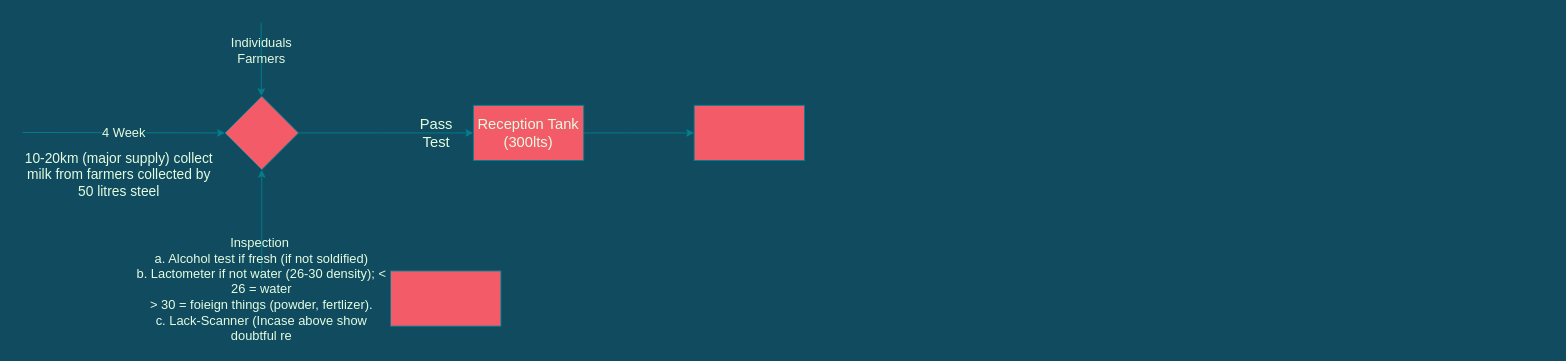
This is Untitled Diagram.drawio from johnlee47/Abyss, a draw.io file, before an edit. Source tidied: cells renumbered, new cells numbered last; positions are measured from the earlier drawing's top-left corner, leaving out a move shared by most shapes. Both pictures are drawn from the tidied source at 92%, with x=0, y=0 at pixel (22, 22).
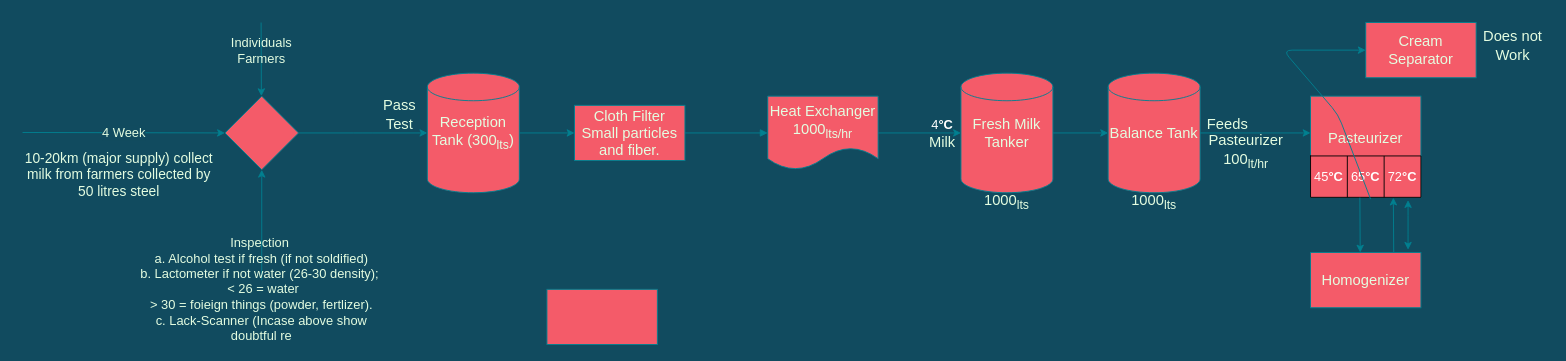
Above is the later version.

Diff of the diagram source:
```diff
@@
-    <mxCell id="2" style="edgeStyle=orthogonalEdgeStyle;curved=0;rounded=1;sketch=0;jettySize=auto;html=1;strokeColor=#028090;fillColor=#F45B69;fontSize=16;fontColor=#E4FDE1;" parent="1" edge="1" source="3">
+    <mxCell id="2" style="edgeStyle=orthogonalEdgeStyle;curved=0;rounded=1;sketch=0;jettySize=auto;html=1;strokeColor=#028090;fillColor=#F45B69;fontSize=16;fontColor=#E4FDE1;labelPosition=center;verticalLabelPosition=middle;align=center;verticalAlign=middle;" parent="1" edge="1" source="3">
       <mxGeometry relative="1" as="geometry">
-        <mxPoint x="490" y="120" as="targetPoint" />
+        <mxPoint x="440" y="120" as="targetPoint" />
       </mxGeometry>
     </mxCell>
-    <mxCell id="3" style="rhombus;whiteSpace=wrap;html=1;fillColor=#F45B69;strokeColor=#028090;fontColor=#E4FDE1;" parent="1" vertex="1">
+    <mxCell id="3" style="rhombus;whiteSpace=wrap;html=1;fillColor=#F45B69;strokeColor=#028090;fontColor=#E4FDE1;labelPosition=center;verticalLabelPosition=middle;align=center;verticalAlign=middle;" parent="1" vertex="1">
       <mxGeometry x="220" y="80" width="80" height="80" as="geometry" />
     </mxCell>
-    <mxCell id="4" style="endArrow=classic;html=1;labelBackgroundColor=#114B5F;strokeColor=#028090;fontColor=#E4FDE1;entryX=0;entryY=0.5;entryDx=0;entryDy=0;" parent="1" edge="1" target="3">
+    <mxCell id="4" style="endArrow=classic;html=1;labelBackgroundColor=#114B5F;strokeColor=#028090;fontColor=#E4FDE1;entryX=0;entryY=0.5;entryDx=0;entryDy=0;labelPosition=center;verticalLabelPosition=middle;align=center;verticalAlign=middle;" parent="1" edge="1" target="3">
       <mxGeometry relative="1" as="geometry">
         <mxPoint y="119.5" as="sourcePoint" />
       </mxGeometry>
     </mxCell>
-    <mxCell id="5" value="4 Week" style="edgeLabel;html=1;align=center;verticalAlign=middle;labelBackgroundColor=#114B5F;fontColor=#E4FDE1;fontSize=14;" parent="4" vertex="1">
+    <mxCell id="5" value="4 Week" style="edgeLabel;html=1;align=center;verticalAlign=middle;labelBackgroundColor=#114B5F;fontColor=#E4FDE1;fontSize=14;labelPosition=center;verticalLabelPosition=middle;" parent="4" vertex="1">
       <mxGeometry relative="1" as="geometry" />
     </mxCell>
-    <mxCell id="6" value="10-20km (major supply) collect milk from farmers collected by 50 litres steel" style="text;html=1;strokeColor=none;fillColor=none;align=center;verticalAlign=middle;whiteSpace=wrap;rounded=0;fontColor=#E4FDE1;fontSize=15;" parent="1" vertex="1">
+    <mxCell id="6" value="10-20km (major supply) collect milk from farmers collected by 50 litres steel" style="text;html=1;strokeColor=none;fillColor=none;align=center;verticalAlign=middle;whiteSpace=wrap;rounded=0;fontColor=#E4FDE1;fontSize=15;labelPosition=center;verticalLabelPosition=middle;" parent="1" vertex="1">
       <mxGeometry y="160" width="210" height="10" as="geometry" />
     </mxCell>
-    <mxCell id="7" style="endArrow=classic;html=1;strokeColor=#028090;fillColor=#F45B69;fontSize=14;fontColor=#E4FDE1;" parent="1" edge="1">
+    <mxCell id="7" style="endArrow=classic;html=1;strokeColor=#028090;fillColor=#F45B69;fontSize=14;fontColor=#E4FDE1;labelPosition=center;verticalLabelPosition=middle;align=center;verticalAlign=middle;" parent="1" edge="1">
       <mxGeometry relative="1" as="geometry">
         <mxPoint x="259.3" as="sourcePoint" />
         <mxPoint x="259.6" y="80" as="targetPoint" />
       </mxGeometry>
     </mxCell>
-    <mxCell id="8" value="Individuals Farmers" style="text;html=1;strokeColor=none;fillColor=none;align=center;verticalAlign=middle;whiteSpace=wrap;rounded=0;sketch=0;fontSize=14;fontColor=#E4FDE1;" parent="1" vertex="1">
+    <mxCell id="8" value="Individuals Farmers" style="text;html=1;strokeColor=none;fillColor=none;align=center;verticalAlign=middle;whiteSpace=wrap;rounded=0;sketch=0;fontSize=14;fontColor=#E4FDE1;labelPosition=center;verticalLabelPosition=middle;" parent="1" vertex="1">
       <mxGeometry x="240" y="20" width="40" height="20" as="geometry" />
     </mxCell>
-    <mxCell id="9" style="edgeStyle=orthogonalEdgeStyle;curved=0;rounded=1;sketch=0;jettySize=auto;html=1;entryX=0.5;entryY=1;entryDx=0;entryDy=0;strokeColor=#028090;fillColor=#F45B69;fontSize=16;fontColor=#E4FDE1;" parent="1" edge="1" source="10" target="3">
+    <mxCell id="9" style="edgeStyle=orthogonalEdgeStyle;curved=0;rounded=1;sketch=0;jettySize=auto;html=1;entryX=0.5;entryY=1;entryDx=0;entryDy=0;strokeColor=#028090;fillColor=#F45B69;fontSize=16;fontColor=#E4FDE1;labelPosition=center;verticalLabelPosition=middle;align=center;verticalAlign=middle;" parent="1" edge="1" source="10" target="3">
       <mxGeometry relative="1" as="geometry" />
     </mxCell>
-    <mxCell id="10" value="Inspection&amp;nbsp;&lt;br&gt;a. Alcohol test if fresh (if not soldified)&lt;br&gt;b. Lactometer if not water (26-30 density); &amp;lt; 26 = water&lt;br&gt;&amp;gt; 30 = foieign things (powder, fertlizer).&lt;br&gt;c. Lack-Scanner (Incase above show doubtful re" style="text;html=1;strokeColor=none;fillColor=none;align=center;verticalAlign=middle;whiteSpace=wrap;rounded=0;sketch=0;fontSize=14;fontColor=#E4FDE1;" parent="1" vertex="1">
+    <mxCell id="10" value="Inspection&amp;nbsp;&lt;br&gt;a. Alcohol test if fresh (if not soldified)&lt;br&gt;b. Lactometer if not water (26-30 density);&amp;nbsp; &amp;nbsp;&amp;lt; 26 = water &lt;br&gt;&amp;gt; 30 = foieign things (powder, fertlizer).&lt;br&gt;c. Lack-Scanner (Incase above show doubtful re" style="text;html=1;strokeColor=none;fillColor=none;align=center;verticalAlign=middle;whiteSpace=wrap;rounded=0;sketch=0;fontSize=14;fontColor=#E4FDE1;labelPosition=center;verticalLabelPosition=middle;" parent="1" vertex="1">
       <mxGeometry x="120" y="280" width="280" height="20" as="geometry" />
     </mxCell>
-    <mxCell id="11" value="Pass Test" style="text;html=1;strokeColor=none;fillColor=none;align=center;verticalAlign=middle;whiteSpace=wrap;rounded=0;sketch=0;fontSize=16;fontColor=#E4FDE1;" parent="1" vertex="1">
-      <mxGeometry x="430" y="110" width="40" height="20" as="geometry" />
+    <mxCell id="11" value="Pass Test" style="text;html=1;strokeColor=none;fillColor=none;align=center;verticalAlign=middle;whiteSpace=wrap;rounded=0;sketch=0;fontSize=16;fontColor=#E4FDE1;labelPosition=center;verticalLabelPosition=middle;" parent="1" vertex="1">
+      <mxGeometry x="390" y="90" width="40" height="20" as="geometry" />
     </mxCell>
-    <mxCell id="12" style="edgeStyle=orthogonalEdgeStyle;curved=0;rounded=1;sketch=0;jettySize=auto;html=1;strokeColor=#028090;fillColor=#F45B69;fontSize=16;fontColor=#E4FDE1;" parent="1" edge="1" source="13">
-      <mxGeometry relative="1" as="geometry">
-        <mxPoint x="730" y="120" as="targetPoint" />
-      </mxGeometry>
+    <mxCell id="12" style="edgeStyle=orthogonalEdgeStyle;curved=0;rounded=1;sketch=0;jettySize=auto;html=1;strokeColor=#028090;fillColor=#F45B69;fontSize=16;fontColor=#E4FDE1;entryX=0;entryY=0.5;entryDx=0;entryDy=0;labelPosition=center;verticalLabelPosition=middle;align=center;verticalAlign=middle;" parent="1" edge="1" source="19" target="15">
+      <mxGeometry relative="1" as="geometry" />
     </mxCell>
-    <mxCell id="13" value="Reception Tank (300lts)" style="rounded=0;whiteSpace=wrap;html=1;sketch=0;strokeColor=#028090;fillColor=#F45B69;fontSize=16;fontColor=#E4FDE1;" parent="1" vertex="1">
-      <mxGeometry x="490" y="90" width="120" height="60" as="geometry" />
-    </mxCell>
-    <mxCell id="14" style="rounded=0;whiteSpace=wrap;html=1;sketch=0;strokeColor=#028090;fillColor=#F45B69;fontSize=16;fontColor=#E4FDE1;" parent="1" vertex="1">
-      <mxGeometry x="400" y="270" width="120" height="60" as="geometry" />
-    </mxCell>
-    <mxCell id="15" style="rounded=0;whiteSpace=wrap;html=1;sketch=0;strokeColor=#028090;fillColor=#F45B69;fontSize=16;fontColor=#E4FDE1;" parent="1" vertex="1">
-      <mxGeometry x="730" y="90" width="120" height="60" as="geometry" />
+    <mxCell id="15" value="Cloth Filter&lt;br&gt;Small particles&lt;br&gt;and fiber." style="rounded=0;whiteSpace=wrap;html=1;sketch=0;strokeColor=#028090;fillColor=#F45B69;fontSize=16;fontColor=#E4FDE1;labelPosition=center;verticalLabelPosition=middle;align=center;verticalAlign=middle;" parent="1" vertex="1">
+      <mxGeometry x="600" y="90" width="120" height="60" as="geometry" />
     </mxCell>
+    <mxCell id="16" style="html=1;verticalAlign=middle;endArrow=block;strokeColor=#028090;fillColor=#F45B69;fontSize=16;fontColor=#E4FDE1;exitX=1;exitY=0.5;exitDx=0;exitDy=0;labelPosition=center;verticalLabelPosition=middle;align=center;" parent="1" edge="1" source="15">
+      <mxGeometry relative="1" as="geometry">
+        <mxPoint x="810" y="120" as="targetPoint" />
+      </mxGeometry>
+    </mxCell>
+    <mxCell id="17" style="edgeStyle=orthogonalEdgeStyle;curved=0;rounded=1;sketch=0;orthogonalLoop=1;jettySize=auto;html=1;entryX=0;entryY=0.5;entryDx=0;entryDy=0;strokeColor=#028090;fillColor=#F45B69;fontSize=16;fontColor=#E4FDE1;labelPosition=center;verticalLabelPosition=middle;align=center;verticalAlign=middle;" parent="1" edge="1">
+      <mxGeometry relative="1" as="geometry">
+        <mxPoint x="930" y="120" as="sourcePoint" />
+        <mxPoint x="1020" y="120" as="targetPoint" />
+      </mxGeometry>
+    </mxCell>
+    <mxCell id="18" style="rounded=0;whiteSpace=wrap;html=1;sketch=0;strokeColor=#028090;fillColor=#F45B69;fontSize=16;fontColor=#E4FDE1;labelPosition=center;verticalLabelPosition=middle;align=center;verticalAlign=middle;" parent="1" vertex="1">
+      <mxGeometry x="570" y="290" width="120" height="60" as="geometry" />
+    </mxCell>
+    <mxCell id="19" value="Reception Tank (300&lt;sub&gt;lts&lt;/sub&gt;)" style="shape=cylinder2;whiteSpace=wrap;html=1;boundedLbl=1;backgroundOutline=1;size=15;rounded=0;sketch=0;strokeColor=#028090;fillColor=#F45B69;fontSize=16;fontColor=#E4FDE1;labelPosition=center;verticalLabelPosition=middle;align=center;verticalAlign=middle;" parent="1" vertex="1">
+      <mxGeometry x="440" y="55" width="100" height="130" as="geometry" />
+    </mxCell>
+    <mxCell id="20" value="Heat Exchanger 1000&lt;sub&gt;lts/hr&lt;/sub&gt;" style="shape=document;whiteSpace=wrap;html=1;boundedLbl=1;rounded=0;sketch=0;strokeColor=#028090;fillColor=#F45B69;fontSize=16;fontColor=#E4FDE1;labelPosition=center;verticalLabelPosition=middle;align=center;verticalAlign=middle;" parent="1" vertex="1">
+      <mxGeometry x="810" y="80" width="120" height="80" as="geometry" />
+    </mxCell>
+    <mxCell id="21" value="&lt;span style=&quot;font-family: &amp;#34;arial&amp;#34; , sans-serif ; font-size: 14px ; text-align: left&quot;&gt;&lt;font color=&quot;#ffffff&quot;&gt;4&lt;/font&gt;&lt;/span&gt;&lt;b style=&quot;font-family: &amp;#34;arial&amp;#34; , sans-serif ; font-size: 14px ; text-align: left&quot;&gt;&lt;font color=&quot;#ffffff&quot;&gt;°C&lt;/font&gt;&lt;/b&gt;" style="text;html=1;strokeColor=none;fillColor=none;align=center;verticalAlign=middle;whiteSpace=wrap;rounded=0;sketch=0;fontSize=16;fontColor=#E4FDE1;labelPosition=center;verticalLabelPosition=middle;" parent="1" vertex="1">
+      <mxGeometry x="980" y="100" width="40" height="20" as="geometry" />
+    </mxCell>
+    <mxCell id="22" value="Milk" style="text;html=1;strokeColor=none;fillColor=none;align=center;verticalAlign=middle;whiteSpace=wrap;rounded=0;sketch=0;fontSize=16;fontColor=#E4FDE1;" parent="1" vertex="1">
+      <mxGeometry x="980" y="120" width="40" height="20" as="geometry" />
+    </mxCell>
+    <mxCell id="23" style="edgeStyle=orthogonalEdgeStyle;curved=0;rounded=1;sketch=0;jettySize=auto;html=1;strokeColor=#028090;fillColor=#F45B69;fontSize=16;fontColor=#E4FDE1;" parent="1" edge="1" source="24" target="26">
+      <mxGeometry relative="1" as="geometry" />
+    </mxCell>
+    <mxCell id="24" value="Fresh Milk Tanker" style="shape=cylinder2;whiteSpace=wrap;html=1;boundedLbl=1;backgroundOutline=1;size=15;rounded=0;sketch=0;strokeColor=#028090;fillColor=#F45B69;fontSize=16;fontColor=#E4FDE1;labelPosition=center;verticalLabelPosition=middle;align=center;verticalAlign=middle;" parent="1" vertex="1">
+      <mxGeometry x="1020" y="55" width="100" height="130" as="geometry" />
+    </mxCell>
+    <mxCell id="25" value="1000&lt;sub&gt;lts&lt;/sub&gt;" style="text;html=1;strokeColor=none;fillColor=none;align=center;verticalAlign=middle;whiteSpace=wrap;rounded=0;sketch=0;fontSize=16;fontColor=#E4FDE1;" parent="1" vertex="1">
+      <mxGeometry x="1050" y="185" width="40" height="20" as="geometry" />
+    </mxCell>
+    <mxCell id="26" value="Balance Tank" style="shape=cylinder2;whiteSpace=wrap;html=1;boundedLbl=1;backgroundOutline=1;size=15;rounded=0;sketch=0;strokeColor=#028090;fillColor=#F45B69;fontSize=16;fontColor=#E4FDE1;labelPosition=center;verticalLabelPosition=middle;align=center;verticalAlign=middle;" parent="1" vertex="1">
+      <mxGeometry x="1180" y="55" width="100" height="130" as="geometry" />
+    </mxCell>
+    <mxCell id="27" value="1000&lt;sub&gt;lts&lt;/sub&gt;" style="text;html=1;strokeColor=none;fillColor=none;align=center;verticalAlign=middle;whiteSpace=wrap;rounded=0;sketch=0;fontSize=16;fontColor=#E4FDE1;" parent="1" vertex="1">
+      <mxGeometry x="1210" y="185" width="40" height="20" as="geometry" />
+    </mxCell>
+    <mxCell id="28" style="edgeStyle=orthogonalEdgeStyle;curved=0;rounded=1;sketch=0;orthogonalLoop=1;jettySize=auto;html=1;strokeColor=#028090;fillColor=#F45B69;fontSize=16;fontColor=#E4FDE1;" parent="1" edge="1">
+      <mxGeometry relative="1" as="geometry">
+        <mxPoint x="1280" y="120" as="sourcePoint" />
+        <mxPoint x="1400" y="120" as="targetPoint" />
+      </mxGeometry>
+    </mxCell>
+    <mxCell id="29" value="Feeds" style="text;html=1;strokeColor=none;fillColor=none;align=center;verticalAlign=middle;whiteSpace=wrap;rounded=0;sketch=0;fontSize=16;fontColor=#E4FDE1;" parent="1" vertex="1">
+      <mxGeometry x="1290" y="100" width="40" height="20" as="geometry" />
+    </mxCell>
+    <mxCell id="30" value="Pasteurizer&lt;br&gt;100&lt;sub&gt;lt/hr&lt;/sub&gt;" style="text;html=1;strokeColor=none;fillColor=none;align=center;verticalAlign=middle;whiteSpace=wrap;rounded=0;sketch=0;fontSize=16;fontColor=#E4FDE1;" parent="1" vertex="1">
+      <mxGeometry x="1310" y="130" width="40" height="20" as="geometry" />
+    </mxCell>
+    <mxCell id="31" value="Pasteurizer&lt;br&gt;&lt;br&gt;" style="rounded=0;whiteSpace=wrap;html=1;sketch=0;strokeColor=#028090;fillColor=#F45B69;fontSize=16;fontColor=#E4FDE1;" parent="1" vertex="1">
+      <mxGeometry x="1400" y="80" width="120" height="110" as="geometry" />
+    </mxCell>
+    <mxCell id="32" style="shape=table;html=1;whiteSpace=wrap;startSize=0;childLayout=tableLayout;fillColor=#F45B69;" parent="1" vertex="1">
+      <mxGeometry x="1400" y="145" width="120" height="45" as="geometry" />
+    </mxCell>
+    <mxCell id="33" style="shape=partialRectangle;html=1;whiteSpace=wrap;fillColor=none;top=0;left=0;bottom=0;right=0;points=[[0,0.5],[1,0.5]];portConstraint=eastwest;" parent="32" vertex="1">
+      <mxGeometry width="120" height="45" as="geometry" />
+    </mxCell>
+    <mxCell id="34" value="&lt;span style=&quot;color: rgb(228 , 253 , 225) ; font-family: &amp;#34;arial&amp;#34; , sans-serif ; font-size: 14px ; text-align: left&quot;&gt;&lt;font color=&quot;#ffffff&quot;&gt;45&lt;/font&gt;&lt;/span&gt;&lt;b style=&quot;color: rgb(228 , 253 , 225) ; font-family: &amp;#34;arial&amp;#34; , sans-serif ; font-size: 14px ; text-align: left&quot;&gt;&lt;font color=&quot;#ffffff&quot;&gt;°C&lt;/font&gt;&lt;/b&gt;" style="shape=partialRectangle;html=1;whiteSpace=wrap;overflow=hidden;fillColor=none;top=0;left=0;bottom=0;right=0;" parent="33" vertex="1">
+      <mxGeometry width="40" height="45" as="geometry" />
+    </mxCell>
+    <mxCell id="35" value="&lt;span style=&quot;color: rgb(228 , 253 , 225) ; font-family: &amp;#34;arial&amp;#34; , sans-serif ; font-size: 14px ; text-align: left&quot;&gt;&lt;font color=&quot;#ffffff&quot;&gt;65&lt;b&gt;°C&lt;/b&gt;&lt;/font&gt;&lt;/span&gt;" style="shape=partialRectangle;html=1;whiteSpace=wrap;overflow=hidden;fillColor=none;top=0;left=0;bottom=0;right=0;" parent="33" vertex="1">
+      <mxGeometry x="40" width="40" height="45" as="geometry" />
+    </mxCell>
+    <mxCell id="36" value="&lt;span style=&quot;color: rgb(228 , 253 , 225) ; font-family: &amp;#34;arial&amp;#34; , sans-serif ; font-size: 14px ; text-align: left&quot;&gt;&lt;font color=&quot;#ffffff&quot;&gt;72&lt;b&gt;°C&lt;/b&gt;&lt;/font&gt;&lt;/span&gt;" style="shape=partialRectangle;html=1;whiteSpace=wrap;overflow=hidden;fillColor=none;top=0;left=0;bottom=0;right=0;" parent="33" vertex="1">
+      <mxGeometry x="80" width="40" height="45" as="geometry" />
+    </mxCell>
+    <mxCell id="37" style="endArrow=classic;html=1;strokeColor=#028090;fillColor=#F45B69;fontSize=16;fontColor=#E4FDE1;exitX=0.544;exitY=1.044;exitDx=0;exitDy=0;exitPerimeter=0;" parent="1" edge="1" source="33">
+      <mxGeometry relative="1" as="geometry">
+        <mxPoint x="1460" y="30" as="targetPoint" />
+        <Array as="points">
+          <mxPoint x="1430" y="100" />
+          <mxPoint x="1370" y="30" />
+        </Array>
+      </mxGeometry>
+    </mxCell>
+    <mxCell id="38" value="Cream Separator" style="rounded=0;whiteSpace=wrap;html=1;sketch=0;strokeColor=#028090;fillColor=#F45B69;fontSize=16;fontColor=#E4FDE1;" parent="1" vertex="1">
+      <mxGeometry x="1460" width="120" height="60" as="geometry" />
+    </mxCell>
+    <mxCell id="39" value="Does not Work" style="text;html=1;strokeColor=none;fillColor=none;align=center;verticalAlign=middle;whiteSpace=wrap;rounded=0;sketch=0;fontSize=16;fontColor=#E4FDE1;rotation=0;" parent="1" vertex="1">
+      <mxGeometry x="1580" y="10" width="80" height="30" as="geometry" />
+    </mxCell>
+    <mxCell id="40" style="endArrow=classic;html=1;strokeColor=#028090;fillColor=#F45B69;fontSize=16;fontColor=#E4FDE1;exitX=0.447;exitY=1.007;exitDx=0;exitDy=0;exitPerimeter=0;" parent="1" edge="1" source="33">
+      <mxGeometry relative="1" as="geometry">
+        <mxPoint x="1454" y="250" as="targetPoint" />
+      </mxGeometry>
+    </mxCell>
+    <mxCell id="41" value="Homogenizer" style="rounded=0;whiteSpace=wrap;html=1;sketch=0;strokeColor=#028090;fillColor=#F45B69;fontSize=16;fontColor=#E4FDE1;" parent="1" vertex="1">
+      <mxGeometry x="1400" y="250" width="120" height="60" as="geometry" />
+    </mxCell>
+    <mxCell id="42" style="endArrow=classic;html=1;strokeColor=#028090;fillColor=#F45B69;fontSize=16;fontColor=#E4FDE1;exitX=0.447;exitY=1.007;exitDx=0;exitDy=0;exitPerimeter=0;" parent="1" edge="1">
+      <mxGeometry relative="1" as="geometry">
+        <mxPoint x="1490.4" y="250" as="sourcePoint" />
+        <mxPoint x="1490" y="190.3" as="targetPoint" />
+      </mxGeometry>
+    </mxCell>
+    <mxCell id="43" style="endArrow=classic;startArrow=classic;html=1;strokeColor=#028090;fillColor=#F45B69;fontSize=16;fontColor=#E4FDE1;" parent="1" edge="1">
+      <mxGeometry relative="1" as="geometry">
+        <mxPoint x="1506" y="247" as="sourcePoint" />
+        <mxPoint x="1506" y="193" as="targetPoint" />
+        <Array as="points">
+          <mxPoint x="1506" y="220" />
+        </Array>
+      </mxGeometry>
+    </mxCell>
```
